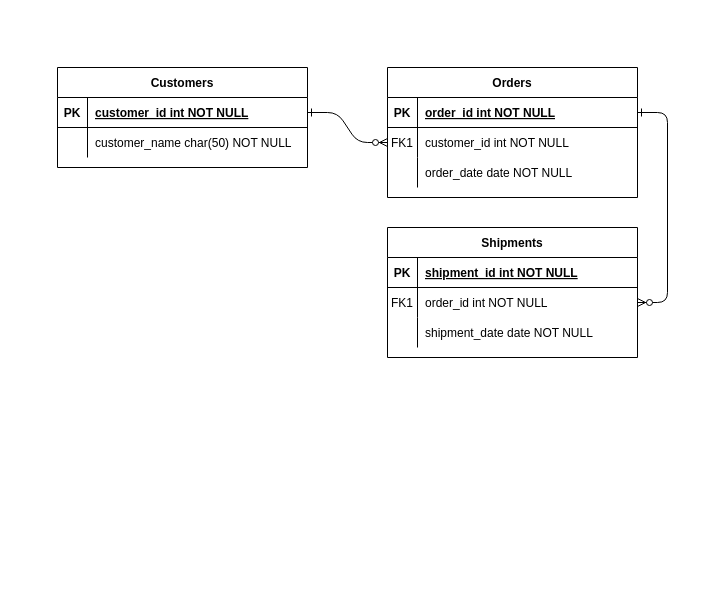
Before: Untitled Diagram.drawio in Lucas-Evangelista-Puc/Trabalho-Banco-de-dados, a draw.io diagram. Source tidied: cells renumbered, new cells numbered last; positions are measured from the earlier drawing's top-left corner, leaving out a move shared by most shapes. Both pictures are drawn from the tidied source at 100%, with x=0, y=0 at pixel (57, 67).
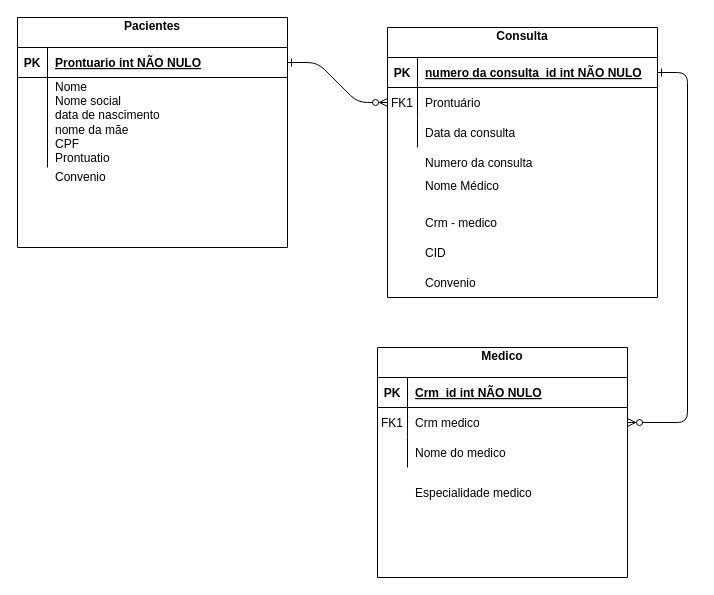
After the change.

The change refers to these unchanged cells:
```xml
<mxCell id="15" style="shape=partialRectangle;fillColor=none;top=0;left=0;right=0;bottom=1;" parent="14" vertex="1">
  <mxGeometry y="30" width="250" height="30" as="geometry" />
</mxCell>
<mxCell id="18" style="shape=partialRectangle;fillColor=none;points=[[0,0.5],[1,0.5]];portConstraint=eastwest;top=0;left=0;right=0;bottom=0;" parent="14" vertex="1">
  <mxGeometry y="60" width="250" height="30" as="geometry" />
</mxCell>
<mxCell id="21" style="shape=partialRectangle;fillColor=none;top=0;left=0;right=0;bottom=0;" parent="14" vertex="1">
  <mxGeometry y="90" width="250" height="30" as="geometry" />
</mxCell>
```

What changed in the source:
```diff
@@
-    <mxCell id="4" value="Orders" style="shape=table;startSize=30;childLayout=tableLayout;rowLines=0;fontStyle=1;align=center;" parent="1" vertex="1">
-      <mxGeometry x="330" width="250" height="130" as="geometry" />
+    <mxCell id="4" value="Consulta&#10;" style="shape=table;startSize=30;childLayout=tableLayout;rowLines=0;fontStyle=1;align=center;" parent="1" vertex="1">
+      <mxGeometry x="330" y="-40" width="270" height="270" as="geometry" />
     </mxCell>
     <mxCell id="5" style="shape=partialRectangle;fillColor=none;points=[[0,0.5],[1,0.5]];portConstraint=eastwest;top=0;left=0;right=0;bottom=1;" parent="4" vertex="1">
-      <mxGeometry y="30" width="250" height="30" as="geometry" />
+      <mxGeometry y="30" width="270" height="30" as="geometry" />
     </mxCell>
@@
-    <mxCell id="7" value="order_id int NOT NULL " style="shape=partialRectangle;overflow=hidden;fillColor=none;top=0;left=0;bottom=0;right=0;align=left;spacingLeft=6;fontStyle=5;" parent="5" vertex="1">
-      <mxGeometry x="30" width="220" height="30" as="geometry" />
+    <mxCell id="7" value="numero da consulta_id int NÃO NULO" style="shape=partialRectangle;overflow=hidden;fillColor=none;top=0;left=0;bottom=0;right=0;align=left;spacingLeft=6;fontStyle=5;" parent="5" vertex="1">
+      <mxGeometry x="30" width="240" height="30" as="geometry" />
     </mxCell>
     <mxCell id="8" style="shape=partialRectangle;fillColor=none;points=[[0,0.5],[1,0.5]];portConstraint=eastwest;top=0;left=0;right=0;bottom=0;" parent="4" vertex="1">
-      <mxGeometry y="60" width="250" height="30" as="geometry" />
+      <mxGeometry y="60" width="270" height="30" as="geometry" />
     </mxCell>
@@
-    <mxCell id="10" value="customer_id int NOT NULL" style="shape=partialRectangle;overflow=hidden;fillColor=none;top=0;left=0;bottom=0;right=0;align=left;spacingLeft=6;" parent="8" vertex="1">
-      <mxGeometry x="30" width="220" height="30" as="geometry" />
+    <mxCell id="10" value="Prontuário " style="shape=partialRectangle;overflow=hidden;fillColor=none;top=0;left=0;bottom=0;right=0;align=left;spacingLeft=6;" parent="8" vertex="1">
+      <mxGeometry x="30" width="240" height="30" as="geometry" />
     </mxCell>
     <mxCell id="11" style="shape=partialRectangle;fillColor=none;top=0;left=0;right=0;bottom=0;" parent="4" vertex="1">
-      <mxGeometry y="90" width="250" height="30" as="geometry" />
+      <mxGeometry y="90" width="270" height="30" as="geometry" />
     </mxCell>
@@
-    <mxCell id="13" value="order_date date NOT NULL" style="shape=partialRectangle;overflow=hidden;fillColor=none;top=0;left=0;bottom=0;right=0;align=left;spacingLeft=6;" parent="11" vertex="1">
-      <mxGeometry x="30" width="220" height="30" as="geometry" />
+    <mxCell id="13" value="Data da consulta" style="shape=partialRectangle;overflow=hidden;fillColor=none;top=0;left=0;bottom=0;right=0;align=left;spacingLeft=6;" parent="11" vertex="1">
+      <mxGeometry x="30" width="240" height="30" as="geometry" />
     </mxCell>
-    <mxCell id="14" value="Shipments" style="shape=table;startSize=30;childLayout=tableLayout;rowLines=0;fontStyle=1;align=center;" parent="1" vertex="1">
-      <mxGeometry x="330" y="160" width="250" height="130" as="geometry" />
+    <mxCell id="14" value="Medico&#10;" style="shape=table;startSize=30;childLayout=tableLayout;rowLines=0;fontStyle=1;align=center;" parent="1" vertex="1">
+      <mxGeometry x="320" y="280" width="250" height="230" as="geometry" />
     </mxCell>
@@
-    <mxCell id="17" value="shipment_id int NOT NULL " style="shape=partialRectangle;overflow=hidden;fillColor=none;top=0;left=0;bottom=0;right=0;align=left;spacingLeft=6;fontStyle=5;" parent="15" vertex="1">
+    <mxCell id="17" value="Crm  id int NÃO NULO" style="shape=partialRectangle;overflow=hidden;fillColor=none;top=0;left=0;bottom=0;right=0;align=left;spacingLeft=6;fontStyle=5;" parent="15" vertex="1">
       <mxGeometry x="30" width="220" height="30" as="geometry" />
     </mxCell>
@@
-    <mxCell id="20" value="order_id int NOT NULL" style="shape=partialRectangle;overflow=hidden;fillColor=none;top=0;left=0;bottom=0;right=0;align=left;spacingLeft=6;" parent="18" vertex="1">
+    <mxCell id="20" value="Crm medico" style="shape=partialRectangle;overflow=hidden;fillColor=none;top=0;left=0;bottom=0;right=0;align=left;spacingLeft=6;" parent="18" vertex="1">
       <mxGeometry x="30" width="220" height="30" as="geometry" />
     </mxCell>
@@
-    <mxCell id="23" value="shipment_date date NOT NULL" style="shape=partialRectangle;overflow=hidden;fillColor=none;top=0;left=0;bottom=0;right=0;align=left;spacingLeft=6;" parent="21" vertex="1">
+    <mxCell id="23" value="Nome do medico" style="shape=partialRectangle;overflow=hidden;fillColor=none;top=0;left=0;bottom=0;right=0;align=left;spacingLeft=6;" parent="21" vertex="1">
       <mxGeometry x="30" width="220" height="30" as="geometry" />
     </mxCell>
-    <mxCell id="24" value="Customers" style="shape=table;startSize=30;childLayout=tableLayout;rowLines=0;fontStyle=1;align=center;" parent="1" vertex="1">
-      <mxGeometry width="250" height="100" as="geometry" />
+    <mxCell id="24" value="Pacientes&#10;" style="shape=table;startSize=30;childLayout=tableLayout;rowLines=0;fontStyle=1;align=center;" parent="1" vertex="1">
+      <mxGeometry x="-40" y="-50" width="270" height="230" as="geometry" />
     </mxCell>
     <mxCell id="25" style="shape=partialRectangle;fillColor=none;points=[[0,0.5],[1,0.5]];portConstraint=eastwest;top=0;left=0;right=0;bottom=1;" parent="24" vertex="1">
-      <mxGeometry y="30" width="250" height="30" as="geometry" />
+      <mxGeometry y="30" width="270" height="30" as="geometry" />
     </mxCell>
@@
-    <mxCell id="27" value="customer_id int NOT NULL " style="shape=partialRectangle;overflow=hidden;fillColor=none;top=0;left=0;bottom=0;right=0;align=left;spacingLeft=6;fontStyle=5;" parent="25" vertex="1">
-      <mxGeometry x="30" width="220" height="30" as="geometry" />
+    <mxCell id="27" value="Prontuario int NÃO NULO" style="shape=partialRectangle;overflow=hidden;fillColor=none;top=0;left=0;bottom=0;right=0;align=left;spacingLeft=6;fontStyle=5;" parent="25" vertex="1">
+      <mxGeometry x="30" width="240" height="30" as="geometry" />
     </mxCell>
     <mxCell id="28" style="shape=partialRectangle;fillColor=none;top=0;left=0;right=0;bottom=0;" parent="24" vertex="1">
-      <mxGeometry y="60" width="250" height="30" as="geometry" />
+      <mxGeometry y="60" width="270" height="90" as="geometry" />
     </mxCell>
     <mxCell id="29" style="shape=partialRectangle;overflow=hidden;fillColor=none;top=0;left=0;bottom=0;right=0;" parent="28" vertex="1">
-      <mxGeometry width="30" height="30" as="geometry" />
+      <mxGeometry width="30" height="90" as="geometry" />
     </mxCell>
-    <mxCell id="30" value="customer_name char(50) NOT NULL" style="shape=partialRectangle;overflow=hidden;fillColor=none;top=0;left=0;bottom=0;right=0;align=left;spacingLeft=6;" parent="28" vertex="1">
-      <mxGeometry x="30" width="220" height="30" as="geometry" />
+    <mxCell id="30" value="Nome &#10;Nome social&#10;data de nascimento &#10;nome da mãe&#10;CPF&#10;Prontuatio&#10;&#10;" style="shape=partialRectangle;overflow=hidden;fillColor=none;top=0;left=0;bottom=0;right=0;align=left;spacingLeft=6;whiteSpace=wrap;strokeColor=none;" parent="28" vertex="1">
+      <mxGeometry x="30" width="240" height="90" as="geometry" />
     </mxCell>
+    <mxCell id="31" value="Nome Médico&#10;" style="shape=partialRectangle;overflow=hidden;fillColor=none;top=0;left=0;bottom=0;right=0;align=left;spacingLeft=6;" parent="1" vertex="1">
+      <mxGeometry x="360" y="110" width="220" height="30" as="geometry" />
+    </mxCell>
+    <mxCell id="32" value="Crm - medico" style="shape=partialRectangle;overflow=hidden;fillColor=none;top=0;left=0;bottom=0;right=0;align=left;spacingLeft=6;" parent="1" vertex="1">
+      <mxGeometry x="360" y="140" width="220" height="30" as="geometry" />
+    </mxCell>
+    <mxCell id="33" value="Numero da consulta" style="shape=partialRectangle;overflow=hidden;fillColor=none;top=0;left=0;bottom=0;right=0;align=left;spacingLeft=6;" parent="1" vertex="1">
+      <mxGeometry x="360" y="80" width="220" height="30" as="geometry" />
+    </mxCell>
+    <mxCell id="34" value="CID" style="shape=partialRectangle;overflow=hidden;fillColor=none;top=0;left=0;bottom=0;right=0;align=left;spacingLeft=6;" parent="1" vertex="1">
+      <mxGeometry x="360" y="170" width="220" height="30" as="geometry" />
+    </mxCell>
+    <mxCell id="35" value="Especialidade medico" style="shape=partialRectangle;overflow=hidden;fillColor=none;top=0;left=0;bottom=0;right=0;align=left;spacingLeft=6;" parent="1" vertex="1">
+      <mxGeometry x="350" y="410" width="220" height="30" as="geometry" />
+    </mxCell>
+    <mxCell id="36" value="Convenio" style="shape=partialRectangle;overflow=hidden;fillColor=none;top=0;left=0;bottom=0;right=0;align=left;spacingLeft=6;whiteSpace=wrap;strokeColor=none;" parent="1" vertex="1">
+      <mxGeometry x="-10" y="100" width="240" height="20" as="geometry" />
+    </mxCell>
+    <mxCell id="37" value="Convenio" style="shape=partialRectangle;overflow=hidden;fillColor=none;top=0;left=0;bottom=0;right=0;align=left;spacingLeft=6;" parent="1" vertex="1">
+      <mxGeometry x="360" y="200" width="220" height="30" as="geometry" />
+    </mxCell>
```
